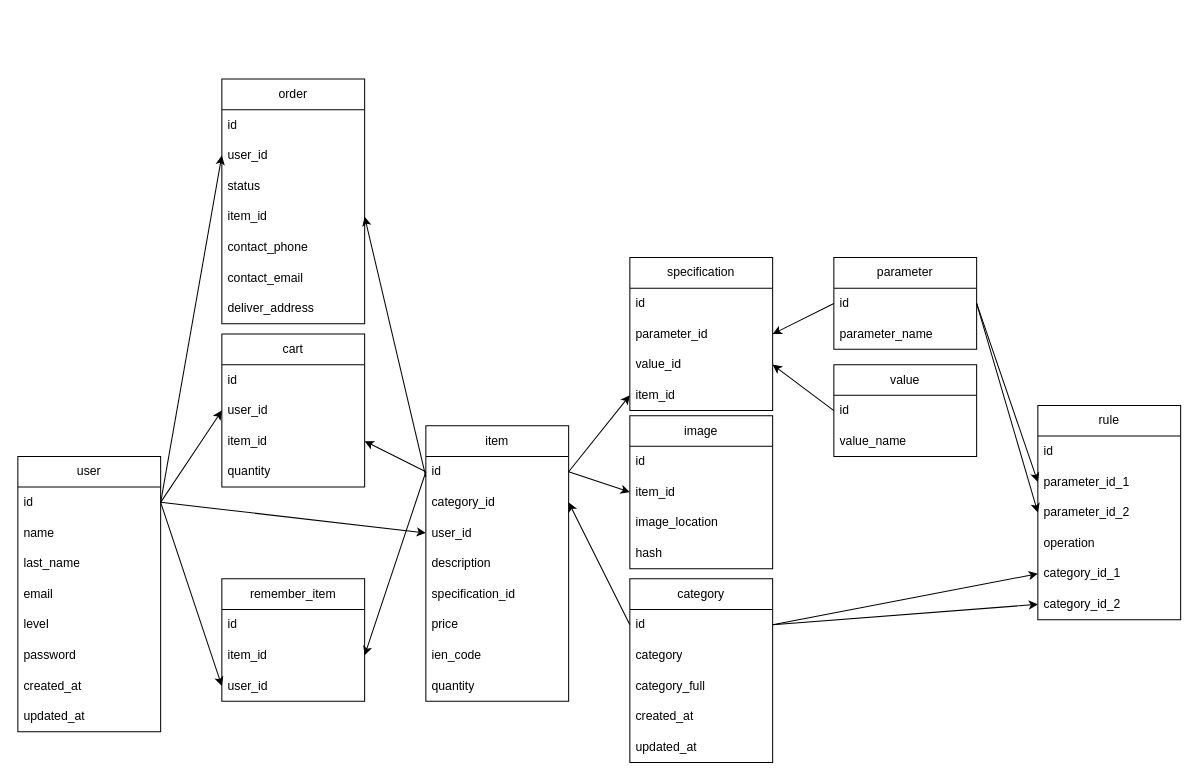
This is drawio/db.drawio from AugustasPauzas/BD1, a draw.io file, before an edit. Source tidied: cells renumbered, new cells numbered last; positions are measured from the earlier drawing's top-left corner, leaving out a move shared by most shapes. Both pictures are drawn from the tidied source at 102%, with x=0, y=0 at pixel (17, 79).
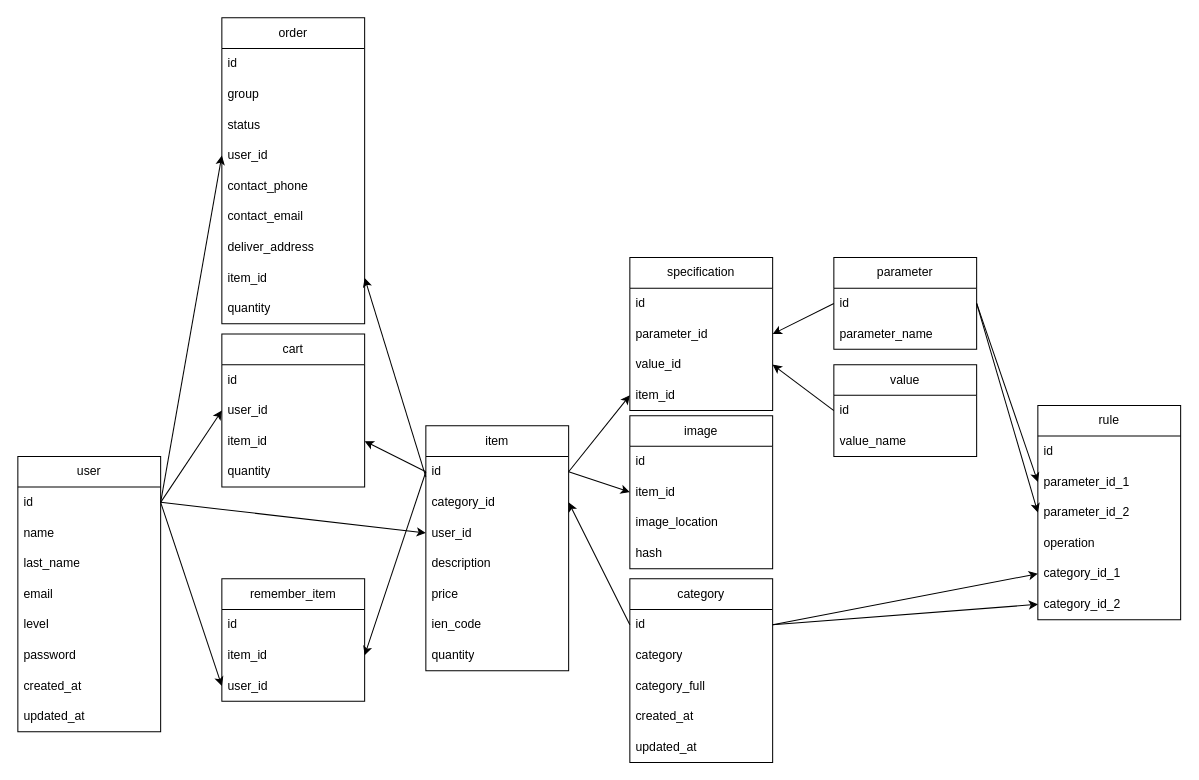
After the change.

What changed in the source:
```diff
@@
     <mxCell id="11" value="item" style="swimlane;fontStyle=0;horizontal=1;startSize=30;whiteSpace=wrap;html=1;" parent="1" vertex="1">
-      <mxGeometry x="400" y="340" width="140" height="270" as="geometry" />
+      <mxGeometry x="400" y="340" width="140" height="240" as="geometry" />
     </mxCell>
@@
-    <mxCell id="16" value="specification_id" style="text;strokeColor=none;fillColor=none;align=left;verticalAlign=middle;spacingLeft=4;spacingRight=4;overflow=hidden;whiteSpace=wrap;html=1;" parent="11" vertex="1">
-      <mxGeometry y="150" width="140" height="30" as="geometry" />
-    </mxCell>
     <mxCell id="17" value="price" style="text;strokeColor=none;fillColor=none;align=left;verticalAlign=middle;spacingLeft=4;spacingRight=4;overflow=hidden;whiteSpace=wrap;html=1;" parent="11" vertex="1">
-      <mxGeometry y="180" width="140" height="30" as="geometry" />
+      <mxGeometry y="150" width="140" height="30" as="geometry" />
     </mxCell>
     <mxCell id="18" value="ien_code" style="text;strokeColor=none;fillColor=none;align=left;verticalAlign=middle;spacingLeft=4;spacingRight=4;overflow=hidden;whiteSpace=wrap;html=1;" parent="11" vertex="1">
-      <mxGeometry y="210" width="140" height="30" as="geometry" />
+      <mxGeometry y="180" width="140" height="30" as="geometry" />
     </mxCell>
     <mxCell id="19" value="quantity" style="text;strokeColor=none;fillColor=none;align=left;verticalAlign=middle;spacingLeft=4;spacingRight=4;overflow=hidden;whiteSpace=wrap;html=1;" parent="11" vertex="1">
-      <mxGeometry y="240" width="140" height="30" as="geometry" />
+      <mxGeometry y="210" width="140" height="30" as="geometry" />
     </mxCell>
@@
     <mxCell id="61" value="order" style="swimlane;fontStyle=0;horizontal=1;startSize=30;whiteSpace=wrap;html=1;" parent="1" vertex="1">
-      <mxGeometry x="200" width="140" height="240" as="geometry" />
+      <mxGeometry x="200" y="-60" width="140" height="300" as="geometry" />
     </mxCell>
@@
+    <mxCell id="82" value="group&lt;br&gt;" style="text;strokeColor=none;fillColor=none;align=left;verticalAlign=middle;spacingLeft=4;spacingRight=4;overflow=hidden;whiteSpace=wrap;html=1;" parent="61" vertex="1">
+      <mxGeometry y="60" width="140" height="30" as="geometry" />
+    </mxCell>
+    <mxCell id="64" value="status" style="text;strokeColor=none;fillColor=none;align=left;verticalAlign=middle;spacingLeft=4;spacingRight=4;overflow=hidden;whiteSpace=wrap;html=1;" parent="61" vertex="1">
+      <mxGeometry y="90" width="140" height="30" as="geometry" />
+    </mxCell>
     <mxCell id="63" value="user_id" style="text;strokeColor=none;fillColor=none;align=left;verticalAlign=middle;spacingLeft=4;spacingRight=4;overflow=hidden;points=[[0,0.5],[1,0.5]];portConstraint=eastwest;whiteSpace=wrap;html=1;" parent="61" vertex="1">
-      <mxGeometry y="60" width="140" height="30" as="geometry" />
+      <mxGeometry y="120" width="140" height="30" as="geometry" />
     </mxCell>
-    <mxCell id="64" value="status" style="text;strokeColor=none;fillColor=none;align=left;verticalAlign=middle;spacingLeft=4;spacingRight=4;overflow=hidden;whiteSpace=wrap;html=1;" parent="61" vertex="1">
-      <mxGeometry y="90" width="140" height="30" as="geometry" />
-    </mxCell>
-    <mxCell id="65" value="item_id" style="text;strokeColor=none;fillColor=none;align=left;verticalAlign=middle;spacingLeft=4;spacingRight=4;overflow=hidden;points=[[0,0.5],[1,0.5]];portConstraint=eastwest;whiteSpace=wrap;html=1;" parent="61" vertex="1">
-      <mxGeometry y="120" width="140" height="30" as="geometry" />
-    </mxCell>
@@
+    <mxCell id="65" value="item_id" style="text;strokeColor=none;fillColor=none;align=left;verticalAlign=middle;spacingLeft=4;spacingRight=4;overflow=hidden;points=[[0,0.5],[1,0.5]];portConstraint=eastwest;whiteSpace=wrap;html=1;" parent="61" vertex="1">
+      <mxGeometry y="240" width="140" height="30" as="geometry" />
+    </mxCell>
+    <mxCell id="83" value="quantity" style="text;strokeColor=none;fillColor=none;align=left;verticalAlign=middle;spacingLeft=4;spacingRight=4;overflow=hidden;whiteSpace=wrap;html=1;" parent="61" vertex="1">
+      <mxGeometry y="270" width="140" height="30" as="geometry" />
+    </mxCell>
```
